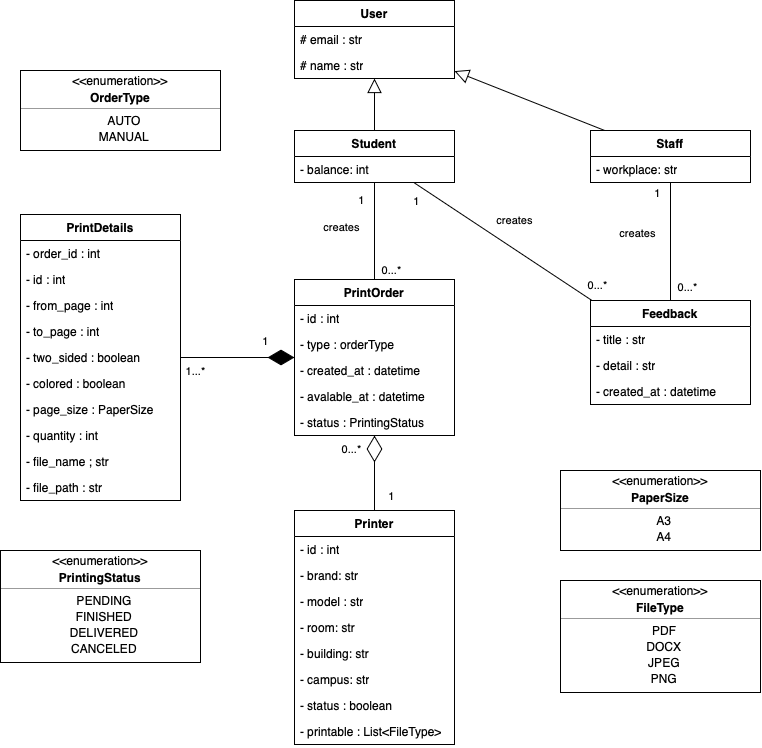
Above: domain-model.drawio.png in blueonline07/test-somth (draw.io), before the change. Source tidied: cells renumbered, new cells last; positions are measured from the earlier drawing's top-left corner, leaving out a move shared by most shapes.
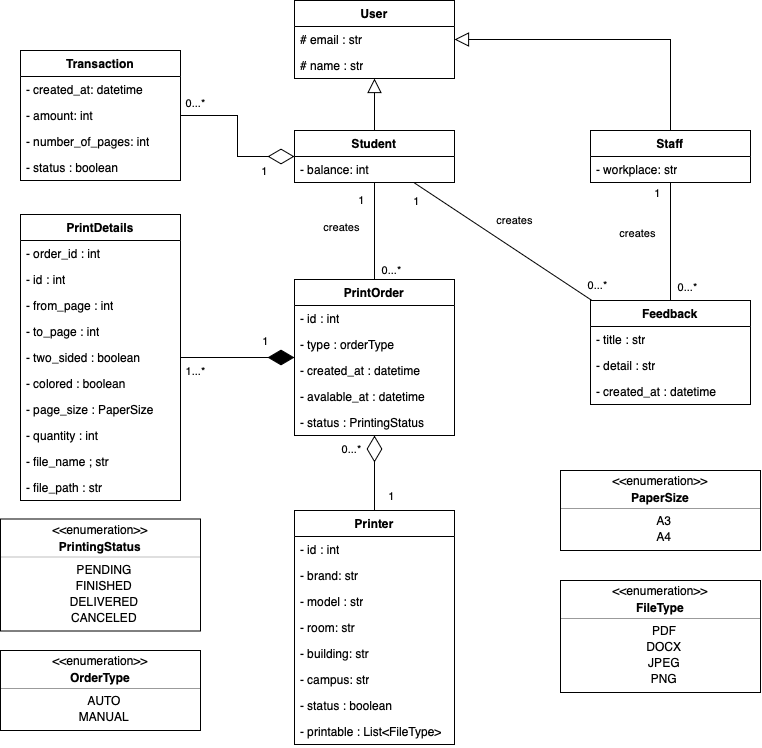
Later version of the same file.

Change to the diagram source:
```diff
@@ -196,8 +196,12 @@
     <mxCell id="57" style="edgeStyle=none;html=1;endSize=12;endArrow=block;endFill=0;rounded=0;" parent="1" edge="1" source="5" target="2">
       <mxGeometry relative="1" as="geometry" />
     </mxCell>
-    <mxCell id="58" style="edgeStyle=none;html=1;endSize=12;endArrow=block;endFill=0;rounded=0;" parent="1" edge="1" source="7" target="2">
-      <mxGeometry relative="1" as="geometry" />
+    <mxCell id="58" style="edgeStyle=orthogonalEdgeStyle;html=1;endSize=12;endArrow=block;endFill=0;rounded=0;" parent="1" edge="1" source="7" target="2">
+      <mxGeometry relative="1" as="geometry">
+        <Array as="points">
+          <mxPoint x="670" y="39" />
+        </Array>
+      </mxGeometry>
     </mxCell>
     <mxCell id="59" style="fontStyle=1;align=center;verticalAlign=middle;horizontal=1;" parent="1" vertex="1">
       <mxGeometry x="560" y="470" width="200" height="80" as="geometry" />
@@ -248,7 +252,7 @@
       <mxGeometry y="106" width="200" height="6" as="geometry" />
     </mxCell>
     <mxCell id="75" style="fontStyle=1;align=center;verticalAlign=middle;horizontal=1;" parent="1" vertex="1">
-      <mxGeometry y="550" width="200" height="112" as="geometry" />
+      <mxGeometry y="518.5" width="200" height="112" as="geometry" />
     </mxCell>
     <mxCell id="76" value="&amp;lt;&amp;lt;enumeration&amp;gt;&amp;gt;" style="html=1;align=center;spacing=0;verticalAlign=middle;strokeColor=none;fillColor=none;whiteSpace=wrap;" parent="75" vertex="1">
       <mxGeometry width="200" height="20" as="geometry" />
@@ -275,7 +279,7 @@
       <mxGeometry y="106" width="200" height="6" as="geometry" />
     </mxCell>
     <mxCell id="84" style="fontStyle=1;align=center;verticalAlign=middle;horizontal=1;" parent="1" vertex="1">
-      <mxGeometry x="20" y="70" width="200" height="80" as="geometry" />
+      <mxGeometry y="650" width="200" height="80" as="geometry" />
     </mxCell>
     <mxCell id="85" value="&amp;lt;&amp;lt;enumeration&amp;gt;&amp;gt;" style="html=1;align=center;spacing=0;verticalAlign=middle;strokeColor=none;fillColor=none;whiteSpace=wrap;" parent="84" vertex="1">
       <mxGeometry width="200" height="20" as="geometry" />
@@ -295,5 +299,38 @@
     <mxCell id="90" style="html=1;align=left;spacing=0;spacingLeft=8;verticalAlign=middle;strokeColor=none;fillColor=none;whiteSpace=wrap;" parent="84" vertex="1">
       <mxGeometry y="74" width="200" height="6" as="geometry" />
     </mxCell>
+    <mxCell id="91" value="Transaction" style="swimlane;fontStyle=1;align=center;verticalAlign=top;horizontal=1;startSize=26;whiteSpace=wrap;html=1;" parent="1" vertex="1">
+      <mxGeometry x="20" y="50" width="160" height="130" as="geometry" />
+    </mxCell>
+    <mxCell id="92" value="- created_at: datetime" style="text;strokeColor=none;fillColor=none;align=left;verticalAlign=top;spacingLeft=4;spacingRight=4;overflow=hidden;whiteSpace=wrap;html=1;" parent="91" vertex="1">
+      <mxGeometry y="26" width="160" height="26" as="geometry" />
+    </mxCell>
+    <mxCell id="93" value="- amount: int" style="text;strokeColor=none;fillColor=none;align=left;verticalAlign=top;spacingLeft=4;spacingRight=4;overflow=hidden;whiteSpace=wrap;html=1;" parent="91" vertex="1">
+      <mxGeometry y="52" width="160" height="26" as="geometry" />
+    </mxCell>
+    <mxCell id="94" value="- number_of_pages: int" style="text;strokeColor=none;fillColor=none;align=left;verticalAlign=top;spacingLeft=4;spacingRight=4;overflow=hidden;whiteSpace=wrap;html=1;" parent="91" vertex="1">
+      <mxGeometry y="78" width="160" height="26" as="geometry" />
+    </mxCell>
+    <mxCell id="95" value="- status : boolean" style="text;strokeColor=none;fillColor=none;align=left;verticalAlign=top;spacingLeft=4;spacingRight=4;overflow=hidden;whiteSpace=wrap;html=1;" parent="91" vertex="1">
+      <mxGeometry y="104" width="160" height="26" as="geometry" />
+    </mxCell>
+    <mxCell id="96" style="endArrow=diamondThin;endFill=0;endSize=24;html=1;rounded=0;edgeStyle=orthogonalEdgeStyle;" parent="1" edge="1" source="91" target="5">
+      <mxGeometry relative="1" as="geometry">
+        <Array as="points">
+          <mxPoint x="237" y="115" />
+          <mxPoint x="237" y="156" />
+        </Array>
+      </mxGeometry>
+    </mxCell>
+    <mxCell id="97" value="0...*" style="edgeLabel;html=1;align=center;verticalAlign=middle;" parent="96" vertex="1">
+      <mxGeometry x="-0.82" y="1" relative="1" as="geometry">
+        <mxPoint y="-12" as="offset" />
+      </mxGeometry>
+    </mxCell>
+    <mxCell id="98" value="1" style="edgeLabel;html=1;align=center;verticalAlign=middle;" parent="96" vertex="1">
+      <mxGeometry x="0.6" y="2" relative="1" as="geometry">
+        <mxPoint y="16" as="offset" />
+      </mxGeometry>
+    </mxCell>
   </root>
 </mxGraphModel>
```
